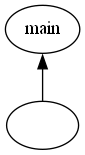
Before: printer/images/Symbol.gv.png, a diagram exported from Graphviz (KianBankeLarsen/Compiler). Its source is kept beside it as printer/images/Symbol.gv.
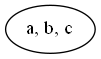
After the change.

The edit, as a diff of the source:
```diff
@@ -1,6 +1,4 @@
 digraph Symbol {
 	graph [rankdir=BT]
-	0 [label=main]
-	1 [label=""]
-	1 -> 0
+	0 [label="a, b, c"]
 }
```
